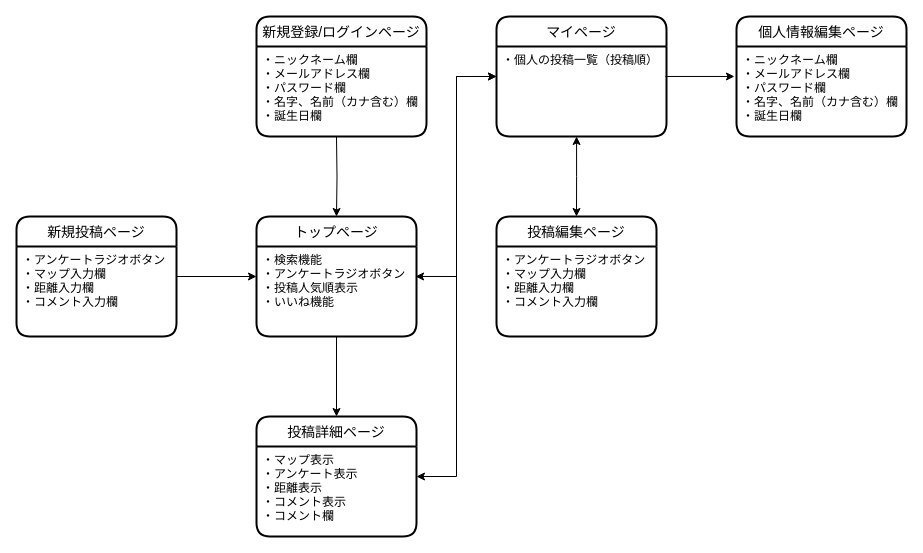
Earlier version of the draw.io diagram ST.dio (wakame-se/run-share). Source tidied: cells renumbered, new cells numbered last; positions are measured from the earlier drawing's top-left corner, leaving out a move shared by most shapes. Both pictures are drawn from the tidied source at 100%, with x=0, y=0 at pixel (16, 16).
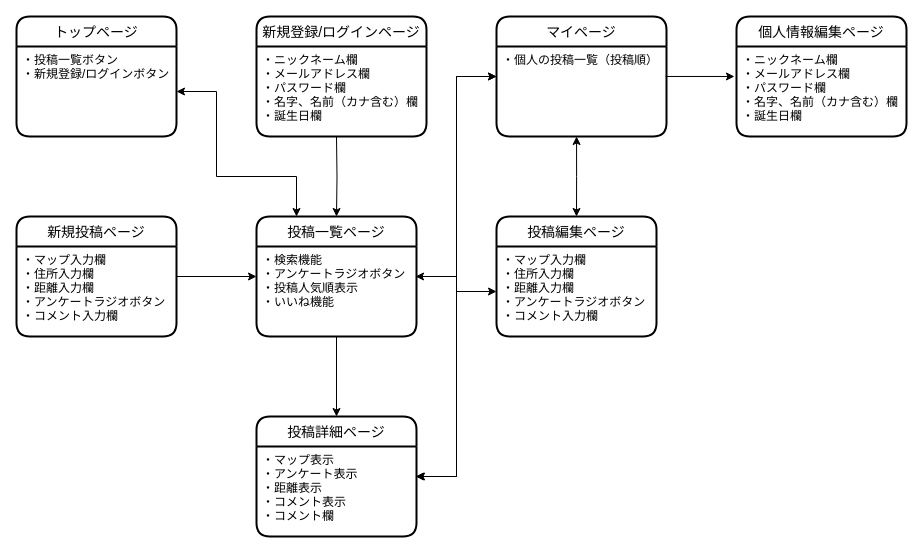
The same page after the edit.

Unchanged cells that the change refers to:
```xml
<mxCell id="5" value="新規投稿ページ" style="swimlane;horizontal=1;startSize=30;rounded=1;fontSize=14;fontStyle=0;strokeWidth=2;shadow=0;dashed=0;align=center;" parent="1" vertex="1">
  <mxGeometry y="200" width="160" height="120" as="geometry" />
</mxCell>
<mxCell id="12" value="投稿編集ページ" style="swimlane;horizontal=1;startSize=30;rounded=1;fontSize=14;fontStyle=0;strokeWidth=2;shadow=0;dashed=0;align=center;" parent="1" vertex="1">
  <mxGeometry x="480" y="200" width="160" height="120" as="geometry" />
</mxCell>
<mxCell id="17" value="・マップ表示&#10;・アンケート表示&#10;・距離表示&#10;・コメント表示&#10;・コメント欄" style="align=left;strokeColor=none;fillColor=none;spacingLeft=4;fontSize=12;verticalAlign=top;" parent="16" vertex="1">
  <mxGeometry y="30" width="160" height="90" as="geometry" />
</mxCell>
```

What changed in the source:
```diff
@@
-    <mxCell id="2" value="トップページ" style="swimlane;horizontal=1;startSize=30;rounded=1;fontSize=14;fontStyle=0;strokeWidth=2;shadow=0;dashed=0;align=center;" parent="1" vertex="1">
+    <mxCell id="2" value="投稿一覧ページ" style="swimlane;horizontal=1;startSize=30;rounded=1;fontSize=14;fontStyle=0;strokeWidth=2;shadow=0;dashed=0;align=center;" parent="1" vertex="1">
       <mxGeometry x="240" y="200" width="160" height="120" as="geometry" />
     </mxCell>
@@
-    <mxCell id="6" value="・アンケートラジオボタン&#10;・マップ入力欄&#10;・距離入力欄&#10;・コメント入力欄" style="align=left;strokeColor=none;fillColor=none;spacingLeft=4;fontSize=12;verticalAlign=top;" parent="5" vertex="1">
+    <mxCell id="6" value="・マップ入力欄&#10;・住所入力欄&#10;・距離入力欄&#10;・アンケートラジオボタン&#10;・コメント入力欄" style="align=left;strokeColor=none;fillColor=none;spacingLeft=4;fontSize=12;verticalAlign=top;" parent="5" vertex="1">
       <mxGeometry y="30" width="160" height="90" as="geometry" />
     </mxCell>
@@
-    <mxCell id="13" value="・アンケートラジオボタン&#10;・マップ入力欄&#10;・距離入力欄&#10;・コメント入力欄" style="align=left;strokeColor=none;fillColor=none;spacingLeft=4;fontSize=12;verticalAlign=top;" parent="12" vertex="1">
+    <mxCell id="13" value="・マップ入力欄&#10;・住所入力欄&#10;・距離入力欄&#10;・アンケートラジオボタン&#10;・コメント入力欄" style="align=left;strokeColor=none;fillColor=none;spacingLeft=4;fontSize=12;verticalAlign=top;" parent="12" vertex="1">
       <mxGeometry y="30" width="160" height="90" as="geometry" />
     </mxCell>
@@
+    <mxCell id="23" style="edgeStyle=orthogonalEdgeStyle;rounded=0;jettySize=auto;html=1;entryX=0.994;entryY=0.333;entryDx=0;entryDy=0;entryPerimeter=0;startArrow=classic;startFill=1;" parent="1" edge="1" source="13" target="17">
+      <mxGeometry relative="1" as="geometry" />
+    </mxCell>
+    <mxCell id="24" value="トップページ" style="swimlane;horizontal=1;startSize=30;rounded=1;fontSize=14;fontStyle=0;strokeWidth=2;shadow=0;dashed=0;align=center;" parent="1" vertex="1">
+      <mxGeometry width="160" height="120" as="geometry" />
+    </mxCell>
+    <mxCell id="25" value="・投稿一覧ボタン&#10;・新規登録/ログインボタン" style="align=left;strokeColor=none;fillColor=none;spacingLeft=4;fontSize=12;verticalAlign=top;" parent="24" vertex="1">
+      <mxGeometry y="30" width="160" height="90" as="geometry" />
+    </mxCell>
+    <mxCell id="26" style="edgeStyle=orthogonalEdgeStyle;rounded=0;jettySize=auto;html=1;exitX=1;exitY=0.5;exitDx=0;exitDy=0;entryX=0.25;entryY=0;entryDx=0;entryDy=0;startArrow=classic;startFill=1;" parent="1" edge="1" source="25" target="2">
+      <mxGeometry relative="1" as="geometry">
+        <Array as="points">
+          <mxPoint x="200" y="75" />
+          <mxPoint x="200" y="160" />
+          <mxPoint x="280" y="160" />
+        </Array>
+      </mxGeometry>
+    </mxCell>
```
